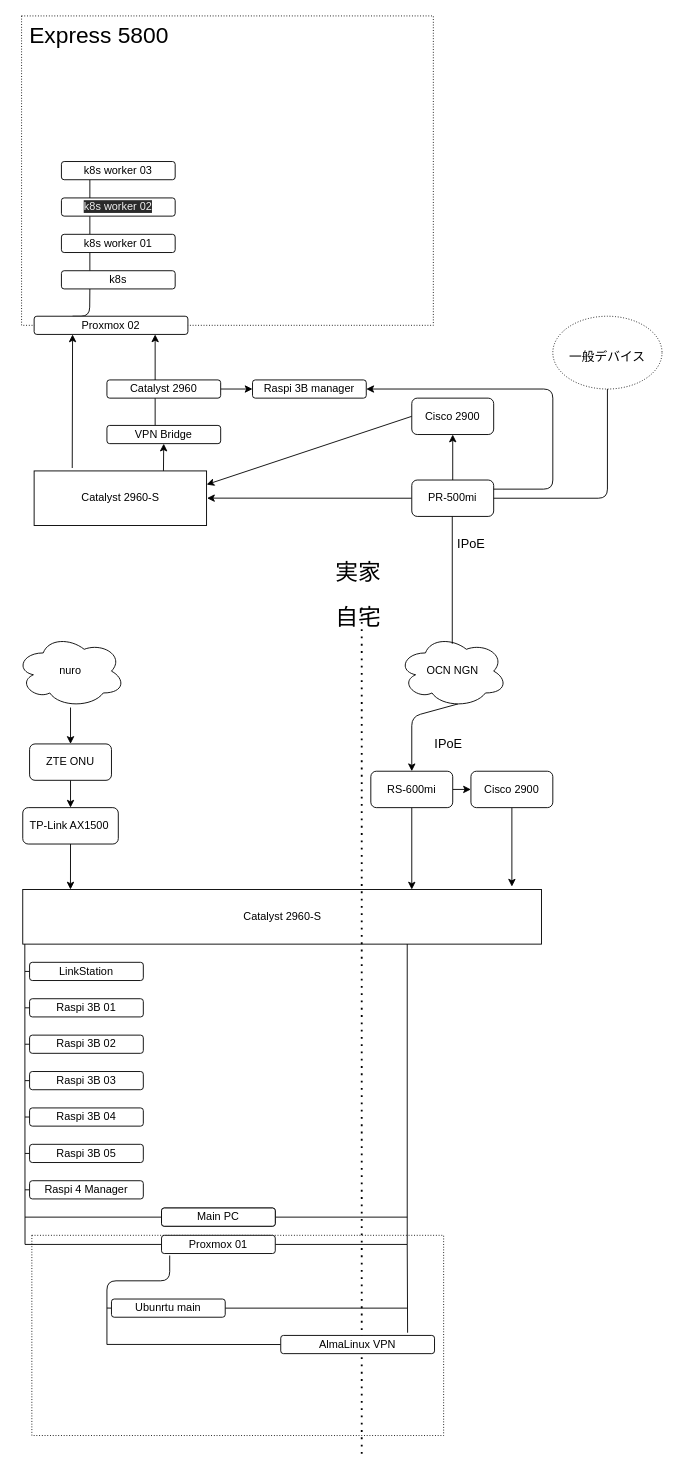
The draw.io diagram diagram/diagram.drawio in Anchovy-s3/home-network, before the edit. Source tidied: cells renumbered, new cells numbered last; positions are measured from the earlier drawing's top-left corner, leaving out a move shared by most shapes. Both pictures are drawn from the tidied source at 91%, with x=0, y=0 at pixel (15, 15).
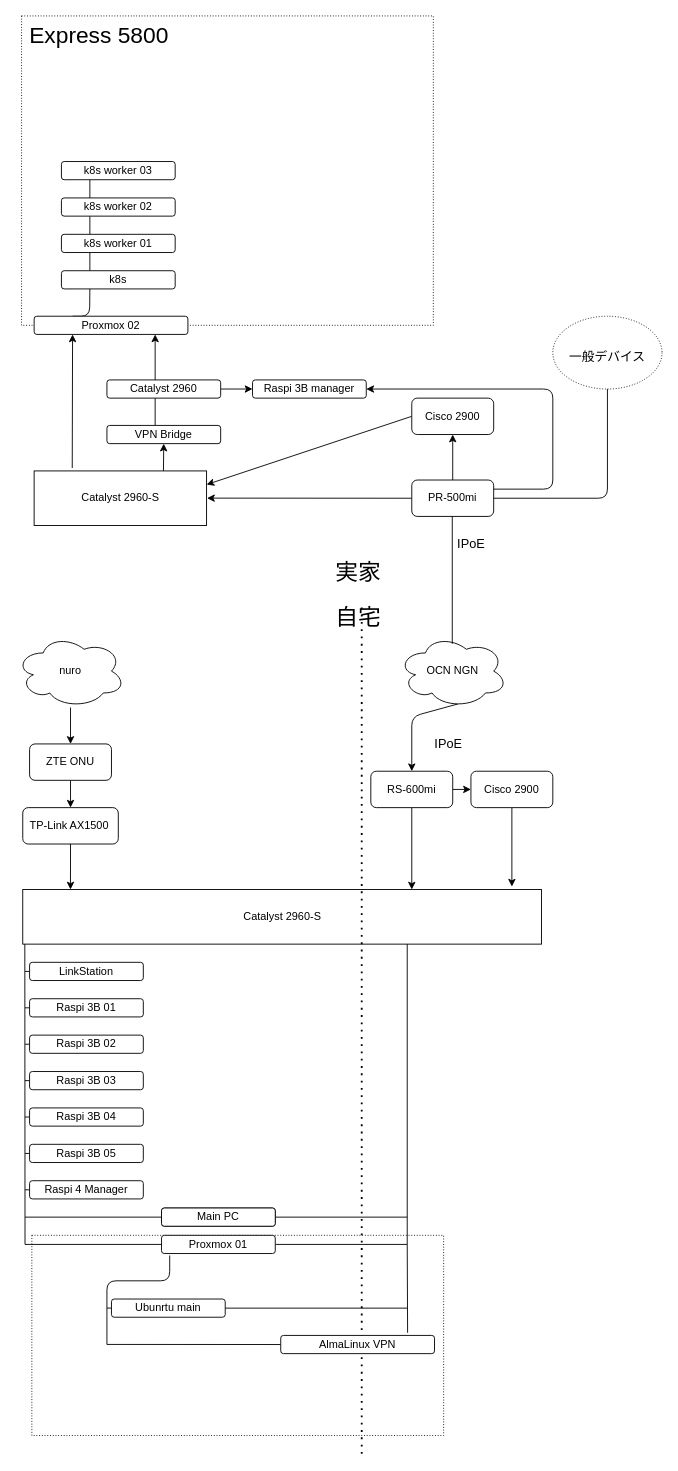
The same diagram, later.

Diff of the diagram source:
```diff
@@
-    <mxCell id="64" value="&lt;span style=&quot;color: rgb(240 , 240 , 240) ; font-family: &amp;#34;helvetica&amp;#34; ; font-size: 12px ; font-style: normal ; font-weight: 400 ; letter-spacing: normal ; text-align: center ; text-indent: 0px ; text-transform: none ; word-spacing: 0px ; background-color: rgb(42 , 42 , 42) ; display: inline ; float: none&quot;&gt;k8s worker 02&lt;/span&gt;" style="rounded=1;whiteSpace=wrap;html=1;" parent="1" vertex="1">
+    <mxCell id="64" value="k8s worker 02" style="rounded=1;whiteSpace=wrap;html=1;" parent="1" vertex="1">
       <mxGeometry x="50" y="200" width="125" height="20" as="geometry" />
     </mxCell>
```
